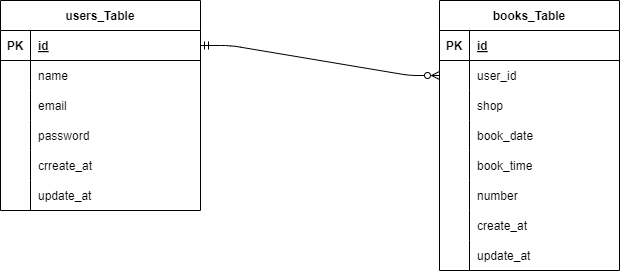
Above: .drawio.png in kanai-naoki/advance_mission (draw.io), before the change. Source tidied: cells renumbered, new cells last; positions are measured from the earlier drawing's top-left corner, leaving out a move shared by most shapes.
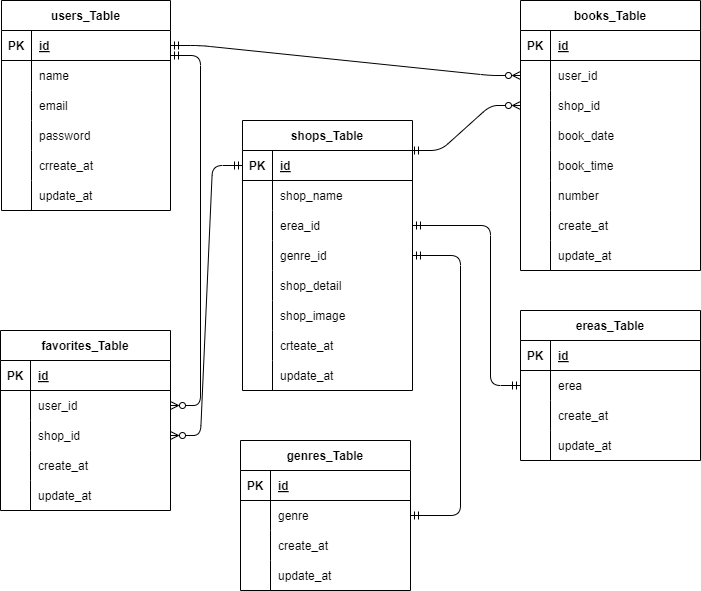
Above is the later version.

Diff of the diagram source:
```diff
@@ -5,6 +5,6 @@
     <mxCell id="2" value="users_Table" style="shape=table;startSize=30;rowLines=0;fontStyle=1;align=center;rounded=0;" parent="1" vertex="1">
-      <mxGeometry width="200" height="210" as="geometry" />
+      <mxGeometry y="-80" width="169" height="210" as="geometry" />
     </mxCell>
     <mxCell id="3" style="shape=tableRow;horizontal=0;startSize=0;swimlaneHead=0;swimlaneBody=0;fillColor=none;points=[[0,0.5],[1,0.5]];portConstraint=eastwest;top=0;left=0;right=0;bottom=1;rounded=0;" parent="2" vertex="1">
-      <mxGeometry y="30" width="200" height="30" as="geometry" />
+      <mxGeometry y="30" width="169" height="30" as="geometry" />
     </mxCell>
@@ -14,6 +14,6 @@
     <mxCell id="5" value="id" style="shape=partialRectangle;fillColor=none;top=0;left=0;bottom=0;right=0;align=left;spacingLeft=6;fontStyle=5;overflow=hidden;rounded=0;" parent="3" vertex="1">
-      <mxGeometry x="30" width="170" height="30" as="geometry" />
+      <mxGeometry x="30" width="139" height="30" as="geometry" />
     </mxCell>
     <mxCell id="6" style="shape=tableRow;horizontal=0;startSize=0;swimlaneHead=0;swimlaneBody=0;fillColor=none;top=0;left=0;right=0;bottom=0;rounded=0;" parent="2" vertex="1">
-      <mxGeometry y="60" width="200" height="30" as="geometry" />
+      <mxGeometry y="60" width="169" height="30" as="geometry" />
     </mxCell>
@@ -23,6 +23,6 @@
     <mxCell id="8" value="name" style="shape=partialRectangle;fillColor=none;top=0;left=0;bottom=0;right=0;align=left;spacingLeft=6;overflow=hidden;rounded=0;" parent="6" vertex="1">
-      <mxGeometry x="30" width="170" height="30" as="geometry" />
+      <mxGeometry x="30" width="139" height="30" as="geometry" />
     </mxCell>
     <mxCell id="9" style="shape=tableRow;horizontal=0;startSize=0;swimlaneHead=0;swimlaneBody=0;fillColor=none;top=0;left=0;right=0;bottom=0;rounded=0;" parent="2" vertex="1">
-      <mxGeometry y="90" width="200" height="30" as="geometry" />
+      <mxGeometry y="90" width="169" height="30" as="geometry" />
     </mxCell>
@@ -32,6 +32,6 @@
     <mxCell id="11" value="email" style="shape=partialRectangle;fillColor=none;top=0;left=0;bottom=0;right=0;align=left;spacingLeft=6;overflow=hidden;rounded=0;" parent="9" vertex="1">
-      <mxGeometry x="30" width="170" height="30" as="geometry" />
+      <mxGeometry x="30" width="139" height="30" as="geometry" />
     </mxCell>
     <mxCell id="12" style="shape=tableRow;horizontal=0;startSize=0;swimlaneHead=0;swimlaneBody=0;fillColor=none;top=0;left=0;right=0;bottom=0;rounded=0;" parent="2" vertex="1">
-      <mxGeometry y="120" width="200" height="30" as="geometry" />
+      <mxGeometry y="120" width="169" height="30" as="geometry" />
     </mxCell>
@@ -41,6 +41,6 @@
     <mxCell id="14" value="password" style="shape=partialRectangle;fillColor=none;top=0;left=0;bottom=0;right=0;align=left;spacingLeft=6;overflow=hidden;rounded=0;" parent="12" vertex="1">
-      <mxGeometry x="30" width="170" height="30" as="geometry" />
+      <mxGeometry x="30" width="139" height="30" as="geometry" />
     </mxCell>
     <mxCell id="15" style="shape=tableRow;horizontal=0;startSize=0;swimlaneHead=0;swimlaneBody=0;fillColor=none;top=0;left=0;right=0;bottom=0;rounded=0;" parent="2" vertex="1">
-      <mxGeometry y="150" width="200" height="30" as="geometry" />
+      <mxGeometry y="150" width="169" height="30" as="geometry" />
     </mxCell>
@@ -50,6 +50,6 @@
     <mxCell id="17" value="crreate_at" style="shape=partialRectangle;fillColor=none;top=0;left=0;bottom=0;right=0;align=left;spacingLeft=6;overflow=hidden;rounded=0;" parent="15" vertex="1">
-      <mxGeometry x="30" width="170" height="30" as="geometry" />
+      <mxGeometry x="30" width="139" height="30" as="geometry" />
     </mxCell>
     <mxCell id="18" style="shape=tableRow;horizontal=0;startSize=0;swimlaneHead=0;swimlaneBody=0;fillColor=none;top=0;left=0;right=0;bottom=0;rounded=0;" parent="2" vertex="1">
-      <mxGeometry y="180" width="200" height="30" as="geometry" />
+      <mxGeometry y="180" width="169" height="30" as="geometry" />
     </mxCell>
@@ -59,6 +59,6 @@
     <mxCell id="20" value="update_at" style="shape=partialRectangle;fillColor=none;top=0;left=0;bottom=0;right=0;align=left;spacingLeft=6;overflow=hidden;rounded=0;" parent="18" vertex="1">
-      <mxGeometry x="30" width="170" height="30" as="geometry" />
+      <mxGeometry x="30" width="139" height="30" as="geometry" />
     </mxCell>
     <mxCell id="21" value="books_Table" style="shape=table;startSize=30;rowLines=0;fontStyle=1;align=center;rounded=0;" parent="1" vertex="1">
-      <mxGeometry x="439" width="180" height="270" as="geometry" />
+      <mxGeometry x="519" y="-80" width="180" height="270" as="geometry" />
     </mxCell>
@@ -88,3 +88,3 @@
     </mxCell>
-    <mxCell id="30" value="shop" style="shape=partialRectangle;fillColor=none;top=0;left=0;bottom=0;right=0;align=left;spacingLeft=6;overflow=hidden;rounded=0;" parent="28" vertex="1">
+    <mxCell id="30" value="shop_id" style="shape=partialRectangle;fillColor=none;top=0;left=0;bottom=0;right=0;align=left;spacingLeft=6;overflow=hidden;rounded=0;" parent="28" vertex="1">
       <mxGeometry x="30" width="150" height="30" as="geometry" />
@@ -139,2 +139,232 @@
     </mxCell>
+    <mxCell id="47" value="shops_Table" style="shape=table;startSize=30;rowLines=0;fontStyle=1;align=center;" parent="1" vertex="1">
+      <mxGeometry x="241" y="40" width="170" height="270" as="geometry" />
+    </mxCell>
+    <mxCell id="48" style="shape=tableRow;horizontal=0;startSize=0;swimlaneHead=0;swimlaneBody=0;fillColor=none;points=[[0,0.5],[1,0.5]];portConstraint=eastwest;top=0;left=0;right=0;bottom=1;" parent="47" vertex="1">
+      <mxGeometry y="30" width="170" height="30" as="geometry" />
+    </mxCell>
+    <mxCell id="49" value="PK" style="shape=partialRectangle;fillColor=none;top=0;left=0;bottom=0;right=0;fontStyle=1;overflow=hidden;" parent="48" vertex="1">
+      <mxGeometry width="30" height="30" as="geometry" />
+    </mxCell>
+    <mxCell id="50" value="id" style="shape=partialRectangle;fillColor=none;top=0;left=0;bottom=0;right=0;align=left;spacingLeft=6;fontStyle=5;overflow=hidden;" parent="48" vertex="1">
+      <mxGeometry x="30" width="140" height="30" as="geometry" />
+    </mxCell>
+    <mxCell id="51" style="shape=tableRow;horizontal=0;startSize=0;swimlaneHead=0;swimlaneBody=0;fillColor=none;top=0;left=0;right=0;bottom=0;" parent="47" vertex="1">
+      <mxGeometry y="60" width="170" height="30" as="geometry" />
+    </mxCell>
+    <mxCell id="52" style="shape=partialRectangle;fillColor=none;top=0;left=0;bottom=0;right=0;overflow=hidden;" parent="51" vertex="1">
+      <mxGeometry width="30" height="30" as="geometry" />
+    </mxCell>
+    <mxCell id="53" value="shop_name" style="shape=partialRectangle;fillColor=none;top=0;left=0;bottom=0;right=0;align=left;spacingLeft=6;overflow=hidden;" parent="51" vertex="1">
+      <mxGeometry x="30" width="140" height="30" as="geometry" />
+    </mxCell>
+    <mxCell id="54" style="shape=tableRow;horizontal=0;startSize=0;swimlaneHead=0;swimlaneBody=0;fillColor=none;points=[[0,0.5],[1,0.5]];portConstraint=eastwest;top=0;left=0;right=0;bottom=0;" parent="47" vertex="1">
+      <mxGeometry y="90" width="170" height="30" as="geometry" />
+    </mxCell>
+    <mxCell id="55" style="shape=partialRectangle;fillColor=none;top=0;left=0;bottom=0;right=0;overflow=hidden;" parent="54" vertex="1">
+      <mxGeometry width="30" height="30" as="geometry" />
+    </mxCell>
+    <mxCell id="56" value="erea_id" style="shape=partialRectangle;fillColor=none;top=0;left=0;bottom=0;right=0;align=left;spacingLeft=6;overflow=hidden;" parent="54" vertex="1">
+      <mxGeometry x="30" width="140" height="30" as="geometry" />
+    </mxCell>
+    <mxCell id="57" style="shape=tableRow;horizontal=0;startSize=0;swimlaneHead=0;swimlaneBody=0;fillColor=none;points=[[0,0.5],[1,0.5]];portConstraint=eastwest;top=0;left=0;right=0;bottom=0;" parent="47" vertex="1">
+      <mxGeometry y="120" width="170" height="30" as="geometry" />
+    </mxCell>
+    <mxCell id="58" style="shape=partialRectangle;fillColor=none;top=0;left=0;bottom=0;right=0;overflow=hidden;" parent="57" vertex="1">
+      <mxGeometry width="30" height="30" as="geometry" />
+    </mxCell>
+    <mxCell id="59" value="genre_id" style="shape=partialRectangle;fillColor=none;top=0;left=0;bottom=0;right=0;align=left;spacingLeft=6;overflow=hidden;" parent="57" vertex="1">
+      <mxGeometry x="30" width="140" height="30" as="geometry" />
+    </mxCell>
+    <mxCell id="60" style="shape=tableRow;horizontal=0;startSize=0;swimlaneHead=0;swimlaneBody=0;fillColor=none;top=0;left=0;right=0;bottom=0;" parent="47" vertex="1">
+      <mxGeometry y="150" width="170" height="30" as="geometry" />
+    </mxCell>
+    <mxCell id="61" style="shape=partialRectangle;fillColor=none;top=0;left=0;bottom=0;right=0;overflow=hidden;" parent="60" vertex="1">
+      <mxGeometry width="30" height="30" as="geometry" />
+    </mxCell>
+    <mxCell id="62" value="shop_detail" style="shape=partialRectangle;fillColor=none;top=0;left=0;bottom=0;right=0;align=left;spacingLeft=6;overflow=hidden;" parent="60" vertex="1">
+      <mxGeometry x="30" width="140" height="30" as="geometry" />
+    </mxCell>
+    <mxCell id="63" style="shape=tableRow;horizontal=0;startSize=0;swimlaneHead=0;swimlaneBody=0;fillColor=none;top=0;left=0;right=0;bottom=0;" parent="47" vertex="1">
+      <mxGeometry y="180" width="170" height="30" as="geometry" />
+    </mxCell>
+    <mxCell id="64" style="shape=partialRectangle;fillColor=none;top=0;left=0;bottom=0;right=0;overflow=hidden;" parent="63" vertex="1">
+      <mxGeometry width="30" height="30" as="geometry" />
+    </mxCell>
+    <mxCell id="65" value="shop_image" style="shape=partialRectangle;fillColor=none;top=0;left=0;bottom=0;right=0;align=left;spacingLeft=6;overflow=hidden;" parent="63" vertex="1">
+      <mxGeometry x="30" width="140" height="30" as="geometry" />
+    </mxCell>
+    <mxCell id="66" style="shape=tableRow;horizontal=0;startSize=0;swimlaneHead=0;swimlaneBody=0;fillColor=none;top=0;left=0;right=0;bottom=0;" parent="47" vertex="1">
+      <mxGeometry y="210" width="170" height="30" as="geometry" />
+    </mxCell>
+    <mxCell id="67" style="shape=partialRectangle;fillColor=none;top=0;left=0;bottom=0;right=0;overflow=hidden;" parent="66" vertex="1">
+      <mxGeometry width="30" height="30" as="geometry" />
+    </mxCell>
+    <mxCell id="68" value="crteate_at" style="shape=partialRectangle;fillColor=none;top=0;left=0;bottom=0;right=0;align=left;spacingLeft=6;overflow=hidden;" parent="66" vertex="1">
+      <mxGeometry x="30" width="140" height="30" as="geometry" />
+    </mxCell>
+    <mxCell id="69" style="shape=tableRow;horizontal=0;startSize=0;swimlaneHead=0;swimlaneBody=0;fillColor=none;top=0;left=0;right=0;bottom=0;" parent="47" vertex="1">
+      <mxGeometry y="240" width="170" height="30" as="geometry" />
+    </mxCell>
+    <mxCell id="70" style="shape=partialRectangle;fillColor=none;top=0;left=0;bottom=0;right=0;overflow=hidden;" parent="69" vertex="1">
+      <mxGeometry width="30" height="30" as="geometry" />
+    </mxCell>
+    <mxCell id="71" value="update_at" style="shape=partialRectangle;fillColor=none;top=0;left=0;bottom=0;right=0;align=left;spacingLeft=6;overflow=hidden;" parent="69" vertex="1">
+      <mxGeometry x="30" width="140" height="30" as="geometry" />
+    </mxCell>
+    <mxCell id="72" style="edgeStyle=entityRelationEdgeStyle;fontSize=12;html=1;endArrow=ERzeroToMany;startArrow=ERmandOne;entryX=0;entryY=0.5;entryDx=0;entryDy=0;endFill=0;" parent="1" edge="1" target="28">
+      <mxGeometry relative="1" as="geometry">
+        <mxPoint x="409" y="70" as="sourcePoint" />
+      </mxGeometry>
+    </mxCell>
+    <mxCell id="73" value="favorites_Table" style="shape=table;startSize=30;rowLines=0;fontStyle=1;align=center;" parent="1" vertex="1">
+      <mxGeometry x="-1" y="250" width="170" height="180" as="geometry" />
+    </mxCell>
+    <mxCell id="74" style="shape=tableRow;horizontal=0;startSize=0;swimlaneHead=0;swimlaneBody=0;fillColor=none;top=0;left=0;right=0;bottom=1;" parent="73" vertex="1">
+      <mxGeometry y="30" width="170" height="30" as="geometry" />
+    </mxCell>
+    <mxCell id="75" value="PK" style="shape=partialRectangle;fillColor=none;top=0;left=0;bottom=0;right=0;fontStyle=1;overflow=hidden;" parent="74" vertex="1">
+      <mxGeometry width="30" height="30" as="geometry" />
+    </mxCell>
+    <mxCell id="76" value="id" style="shape=partialRectangle;fillColor=none;top=0;left=0;bottom=0;right=0;align=left;spacingLeft=6;fontStyle=5;overflow=hidden;" parent="74" vertex="1">
+      <mxGeometry x="30" width="140" height="30" as="geometry" />
+    </mxCell>
+    <mxCell id="77" style="shape=tableRow;horizontal=0;startSize=0;swimlaneHead=0;swimlaneBody=0;fillColor=none;points=[[0,0.5],[1,0.5]];portConstraint=eastwest;top=0;left=0;right=0;bottom=0;" parent="73" vertex="1">
+      <mxGeometry y="60" width="170" height="30" as="geometry" />
+    </mxCell>
+    <mxCell id="78" style="shape=partialRectangle;fillColor=none;top=0;left=0;bottom=0;right=0;overflow=hidden;" parent="77" vertex="1">
+      <mxGeometry width="30" height="30" as="geometry" />
+    </mxCell>
+    <mxCell id="79" value="user_id" style="shape=partialRectangle;fillColor=none;top=0;left=0;bottom=0;right=0;align=left;spacingLeft=6;overflow=hidden;" parent="77" vertex="1">
+      <mxGeometry x="30" width="140" height="30" as="geometry" />
+    </mxCell>
+    <mxCell id="80" style="shape=tableRow;horizontal=0;startSize=0;swimlaneHead=0;swimlaneBody=0;fillColor=none;points=[[0,0.5],[1,0.5]];portConstraint=eastwest;top=0;left=0;right=0;bottom=0;" parent="73" vertex="1">
+      <mxGeometry y="90" width="170" height="30" as="geometry" />
+    </mxCell>
+    <mxCell id="81" style="shape=partialRectangle;fillColor=none;top=0;left=0;bottom=0;right=0;overflow=hidden;" parent="80" vertex="1">
+      <mxGeometry width="30" height="30" as="geometry" />
+    </mxCell>
+    <mxCell id="82" value="shop_id" style="shape=partialRectangle;fillColor=none;top=0;left=0;bottom=0;right=0;align=left;spacingLeft=6;overflow=hidden;" parent="80" vertex="1">
+      <mxGeometry x="30" width="140" height="30" as="geometry" />
+    </mxCell>
+    <mxCell id="83" style="shape=tableRow;horizontal=0;startSize=0;swimlaneHead=0;swimlaneBody=0;fillColor=none;top=0;left=0;right=0;bottom=0;" parent="73" vertex="1">
+      <mxGeometry y="120" width="170" height="30" as="geometry" />
+    </mxCell>
+    <mxCell id="84" style="shape=partialRectangle;fillColor=none;top=0;left=0;bottom=0;right=0;overflow=hidden;" parent="83" vertex="1">
+      <mxGeometry width="30" height="30" as="geometry" />
+    </mxCell>
+    <mxCell id="85" value="create_at" style="shape=partialRectangle;fillColor=none;top=0;left=0;bottom=0;right=0;align=left;spacingLeft=6;overflow=hidden;" parent="83" vertex="1">
+      <mxGeometry x="30" width="140" height="30" as="geometry" />
+    </mxCell>
+    <mxCell id="86" style="shape=tableRow;horizontal=0;startSize=0;swimlaneHead=0;swimlaneBody=0;fillColor=none;top=0;left=0;right=0;bottom=0;" parent="73" vertex="1">
+      <mxGeometry y="150" width="170" height="30" as="geometry" />
+    </mxCell>
+    <mxCell id="87" style="shape=partialRectangle;fillColor=none;top=0;left=0;bottom=0;right=0;overflow=hidden;" parent="86" vertex="1">
+      <mxGeometry width="30" height="30" as="geometry" />
+    </mxCell>
+    <mxCell id="88" value="update_at" style="shape=partialRectangle;fillColor=none;top=0;left=0;bottom=0;right=0;align=left;spacingLeft=6;overflow=hidden;" parent="86" vertex="1">
+      <mxGeometry x="30" width="140" height="30" as="geometry" />
+    </mxCell>
+    <mxCell id="89" value="ereas_Table" style="shape=table;startSize=30;rowLines=0;fontStyle=1;align=center;" parent="1" vertex="1">
+      <mxGeometry x="519" y="230" width="180" height="150" as="geometry" />
+    </mxCell>
+    <mxCell id="90" style="shape=tableRow;horizontal=0;startSize=0;swimlaneHead=0;swimlaneBody=0;fillColor=none;top=0;left=0;right=0;bottom=1;" parent="89" vertex="1">
+      <mxGeometry y="30" width="180" height="30" as="geometry" />
+    </mxCell>
+    <mxCell id="91" value="PK" style="shape=partialRectangle;fillColor=none;top=0;left=0;bottom=0;right=0;fontStyle=1;overflow=hidden;" parent="90" vertex="1">
+      <mxGeometry width="30" height="30" as="geometry" />
+    </mxCell>
+    <mxCell id="92" value="id" style="shape=partialRectangle;fillColor=none;top=0;left=0;bottom=0;right=0;align=left;spacingLeft=6;fontStyle=5;overflow=hidden;" parent="90" vertex="1">
+      <mxGeometry x="30" width="150" height="30" as="geometry" />
+    </mxCell>
+    <mxCell id="93" style="shape=tableRow;horizontal=0;startSize=0;swimlaneHead=0;swimlaneBody=0;fillColor=none;points=[[0,0.5],[1,0.5]];portConstraint=eastwest;top=0;left=0;right=0;bottom=0;" parent="89" vertex="1">
+      <mxGeometry y="60" width="180" height="30" as="geometry" />
+    </mxCell>
+    <mxCell id="94" style="shape=partialRectangle;fillColor=none;top=0;left=0;bottom=0;right=0;overflow=hidden;" parent="93" vertex="1">
+      <mxGeometry width="30" height="30" as="geometry" />
+    </mxCell>
+    <mxCell id="95" value="erea" style="shape=partialRectangle;fillColor=none;top=0;left=0;bottom=0;right=0;align=left;spacingLeft=6;overflow=hidden;" parent="93" vertex="1">
+      <mxGeometry x="30" width="150" height="30" as="geometry" />
+    </mxCell>
+    <mxCell id="96" style="shape=tableRow;horizontal=0;startSize=0;swimlaneHead=0;swimlaneBody=0;fillColor=none;top=0;left=0;right=0;bottom=0;" parent="89" vertex="1">
+      <mxGeometry y="90" width="180" height="30" as="geometry" />
+    </mxCell>
+    <mxCell id="97" style="shape=partialRectangle;fillColor=none;top=0;left=0;bottom=0;right=0;overflow=hidden;" parent="96" vertex="1">
+      <mxGeometry width="30" height="30" as="geometry" />
+    </mxCell>
+    <mxCell id="98" value="create_at" style="shape=partialRectangle;fillColor=none;top=0;left=0;bottom=0;right=0;align=left;spacingLeft=6;overflow=hidden;" parent="96" vertex="1">
+      <mxGeometry x="30" width="150" height="30" as="geometry" />
+    </mxCell>
+    <mxCell id="99" style="shape=tableRow;horizontal=0;startSize=0;swimlaneHead=0;swimlaneBody=0;fillColor=none;top=0;left=0;right=0;bottom=0;" parent="89" vertex="1">
+      <mxGeometry y="120" width="180" height="30" as="geometry" />
+    </mxCell>
+    <mxCell id="100" style="shape=partialRectangle;fillColor=none;top=0;left=0;bottom=0;right=0;overflow=hidden;" parent="99" vertex="1">
+      <mxGeometry width="30" height="30" as="geometry" />
+    </mxCell>
+    <mxCell id="101" value="update_at" style="shape=partialRectangle;fillColor=none;top=0;left=0;bottom=0;right=0;align=left;spacingLeft=6;overflow=hidden;" parent="99" vertex="1">
+      <mxGeometry x="30" width="150" height="30" as="geometry" />
+    </mxCell>
+    <mxCell id="102" style="edgeStyle=orthogonalEdgeStyle;fontSize=12;html=1;endArrow=ERmandOne;startArrow=ERmandOne;entryX=0;entryY=0.5;entryDx=0;entryDy=0;exitX=1;exitY=0.5;exitDx=0;exitDy=0;" parent="1" edge="1" source="54" target="93">
+      <mxGeometry relative="1" as="geometry">
+        <Array as="points">
+          <mxPoint x="489" y="145" />
+          <mxPoint x="489" y="305" />
+        </Array>
+      </mxGeometry>
+    </mxCell>
+    <mxCell id="103" style="edgeStyle=entityRelationEdgeStyle;fontSize=12;html=1;endArrow=ERzeroToMany;startArrow=ERmandOne;endFill=0;" parent="1" edge="1" target="77">
+      <mxGeometry relative="1" as="geometry">
+        <mxPoint x="169" y="-25" as="sourcePoint" />
+      </mxGeometry>
+    </mxCell>
+    <mxCell id="104" style="edgeStyle=entityRelationEdgeStyle;fontSize=12;html=1;endArrow=ERzeroToMany;startArrow=ERmandOne;exitX=0;exitY=0.5;exitDx=0;exitDy=0;entryX=1;entryY=0.5;entryDx=0;entryDy=0;endFill=0;" parent="1" edge="1" source="48" target="80">
+      <mxGeometry relative="1" as="geometry" />
+    </mxCell>
+    <mxCell id="105" value="genres_Table" style="shape=table;startSize=30;rowLines=0;fontStyle=1;align=center;" parent="1" vertex="1">
+      <mxGeometry x="239" y="360" width="170" height="150" as="geometry" />
+    </mxCell>
+    <mxCell id="106" style="shape=tableRow;horizontal=0;startSize=0;swimlaneHead=0;swimlaneBody=0;fillColor=none;top=0;left=0;right=0;bottom=1;" parent="105" vertex="1">
+      <mxGeometry y="30" width="170" height="30" as="geometry" />
+    </mxCell>
+    <mxCell id="107" value="PK" style="shape=partialRectangle;fillColor=none;top=0;left=0;bottom=0;right=0;fontStyle=1;overflow=hidden;" parent="106" vertex="1">
+      <mxGeometry width="30" height="30" as="geometry" />
+    </mxCell>
+    <mxCell id="108" value="id" style="shape=partialRectangle;fillColor=none;top=0;left=0;bottom=0;right=0;align=left;spacingLeft=6;fontStyle=5;overflow=hidden;" parent="106" vertex="1">
+      <mxGeometry x="30" width="140" height="30" as="geometry" />
+    </mxCell>
+    <mxCell id="109" style="shape=tableRow;horizontal=0;startSize=0;swimlaneHead=0;swimlaneBody=0;fillColor=none;points=[[0,0.5],[1,0.5]];portConstraint=eastwest;top=0;left=0;right=0;bottom=0;" parent="105" vertex="1">
+      <mxGeometry y="60" width="170" height="30" as="geometry" />
+    </mxCell>
+    <mxCell id="110" style="shape=partialRectangle;fillColor=none;top=0;left=0;bottom=0;right=0;overflow=hidden;" parent="109" vertex="1">
+      <mxGeometry width="30" height="30" as="geometry" />
+    </mxCell>
+    <mxCell id="111" value="genre" style="shape=partialRectangle;fillColor=none;top=0;left=0;bottom=0;right=0;align=left;spacingLeft=6;overflow=hidden;" parent="109" vertex="1">
+      <mxGeometry x="30" width="140" height="30" as="geometry" />
+    </mxCell>
+    <mxCell id="112" style="shape=tableRow;horizontal=0;startSize=0;swimlaneHead=0;swimlaneBody=0;fillColor=none;top=0;left=0;right=0;bottom=0;" parent="105" vertex="1">
+      <mxGeometry y="90" width="170" height="30" as="geometry" />
+    </mxCell>
+    <mxCell id="113" style="shape=partialRectangle;fillColor=none;top=0;left=0;bottom=0;right=0;overflow=hidden;" parent="112" vertex="1">
+      <mxGeometry width="30" height="30" as="geometry" />
+    </mxCell>
+    <mxCell id="114" value="create_at" style="shape=partialRectangle;fillColor=none;top=0;left=0;bottom=0;right=0;align=left;spacingLeft=6;overflow=hidden;" parent="112" vertex="1">
+      <mxGeometry x="30" width="140" height="30" as="geometry" />
+    </mxCell>
+    <mxCell id="115" style="shape=tableRow;horizontal=0;startSize=0;swimlaneHead=0;swimlaneBody=0;fillColor=none;top=0;left=0;right=0;bottom=0;" parent="105" vertex="1">
+      <mxGeometry y="120" width="170" height="30" as="geometry" />
+    </mxCell>
+    <mxCell id="116" style="shape=partialRectangle;fillColor=none;top=0;left=0;bottom=0;right=0;overflow=hidden;" parent="115" vertex="1">
+      <mxGeometry width="30" height="30" as="geometry" />
+    </mxCell>
+    <mxCell id="117" value="update_at" style="shape=partialRectangle;fillColor=none;top=0;left=0;bottom=0;right=0;align=left;spacingLeft=6;overflow=hidden;" parent="115" vertex="1">
+      <mxGeometry x="30" width="140" height="30" as="geometry" />
+    </mxCell>
+    <mxCell id="118" style="fontSize=12;html=1;endArrow=ERmandOne;startArrow=ERmandOne;exitX=1;exitY=0.5;exitDx=0;exitDy=0;entryX=1;entryY=0.5;entryDx=0;entryDy=0;" parent="1" edge="1" source="57" target="109">
+      <mxGeometry relative="1" as="geometry">
+        <Array as="points">
+          <mxPoint x="459" y="175" />
+          <mxPoint x="459" y="435" />
+        </Array>
+      </mxGeometry>
+    </mxCell>
   </root>
```
